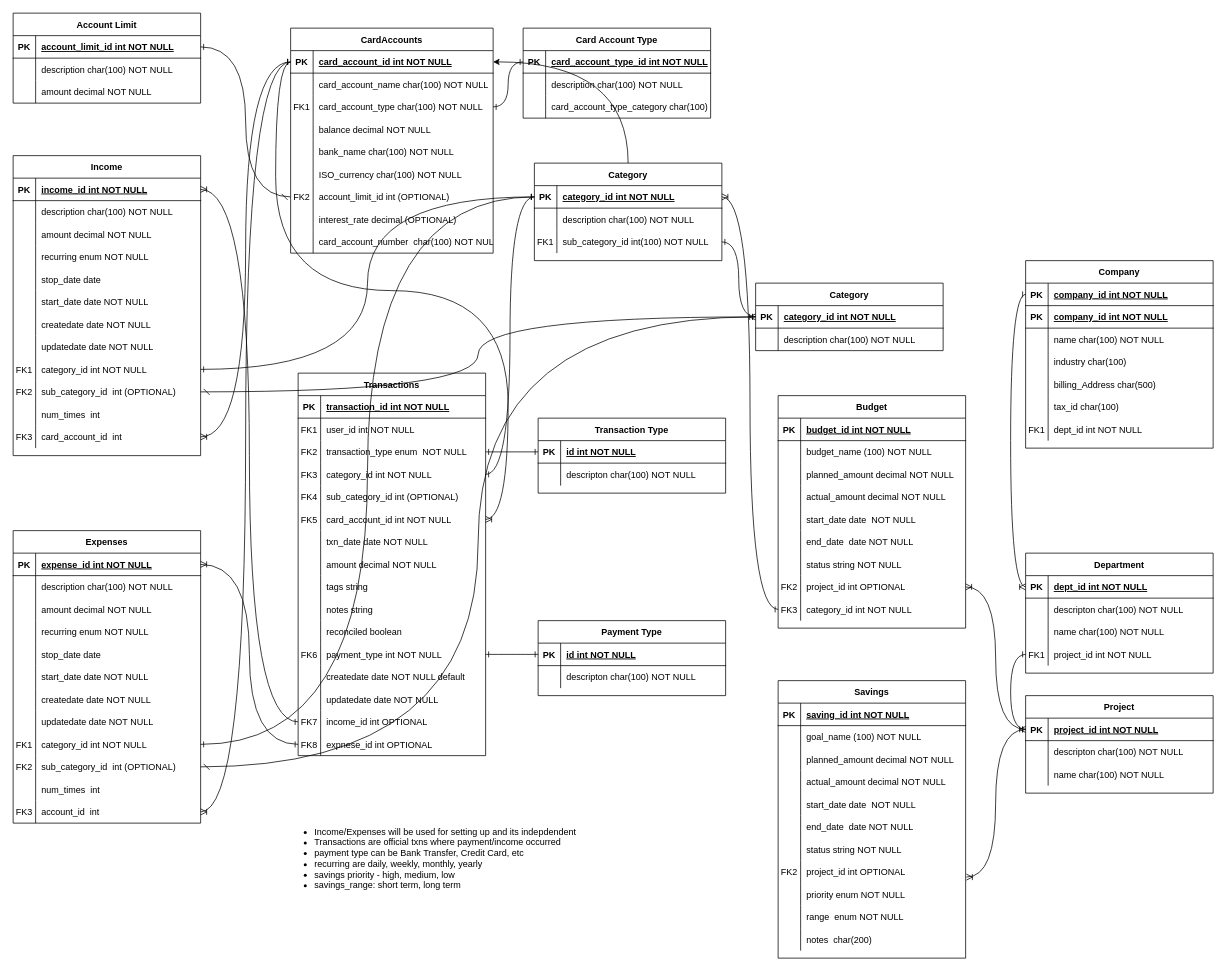
Before: mockitplace.drawio in itpreneur/123-Essential-JavaScript-Interview-Questions, a draw.io diagram. Source tidied: cells renumbered, new cells numbered last; positions are measured from the earlier drawing's top-left corner, leaving out a move shared by most shapes. Both pictures are drawn from the tidied source at 75%, with x=0, y=0 at pixel (13, 13).
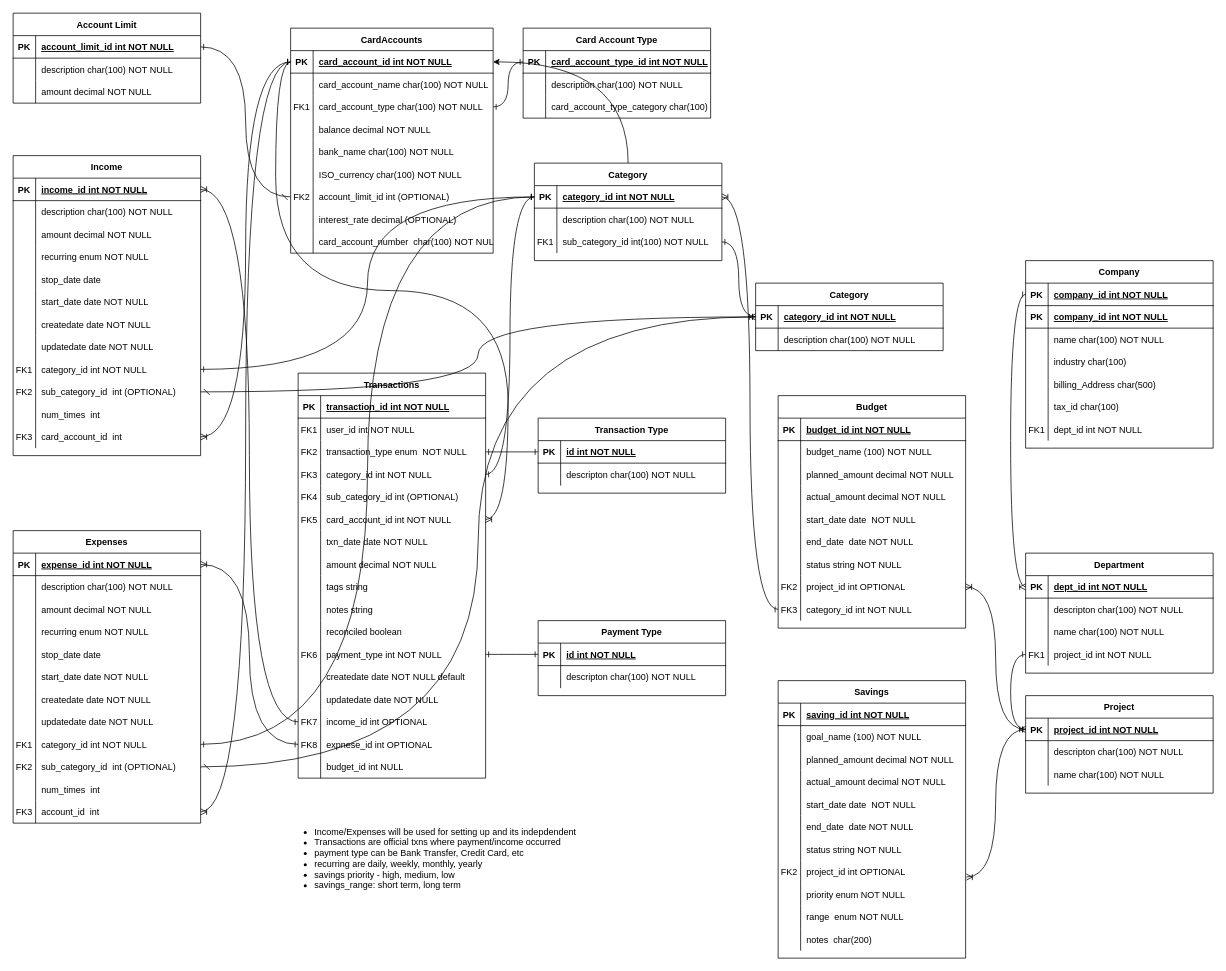
After the change.

Change to the diagram source:
```diff
@@
     <mxCell id="2" value="Transactions" style="shape=table;startSize=30;childLayout=tableLayout;rowLines=0;fontStyle=1;align=center;" parent="1" vertex="1">
-      <mxGeometry x="380" y="480" width="250" height="510" as="geometry" />
+      <mxGeometry x="380" y="480" width="250" height="540" as="geometry" />
     </mxCell>
@@
+    <mxCell id="333" style="shape=partialRectangle;fillColor=none;top=0;left=0;right=0;bottom=0;" parent="2" vertex="1">
+      <mxGeometry y="510" width="250" height="30" as="geometry" />
+    </mxCell>
+    <mxCell id="334" style="shape=partialRectangle;overflow=hidden;fillColor=none;top=0;left=0;bottom=0;right=0;" parent="333" vertex="1">
+      <mxGeometry width="30" height="30" as="geometry" />
+    </mxCell>
+    <mxCell id="335" value="budget_id int NULL " style="shape=partialRectangle;overflow=hidden;fillColor=none;top=0;left=0;bottom=0;right=0;align=left;spacingLeft=6;" parent="333" vertex="1">
+      <mxGeometry x="30" width="220" height="30" as="geometry" />
+    </mxCell>
```
